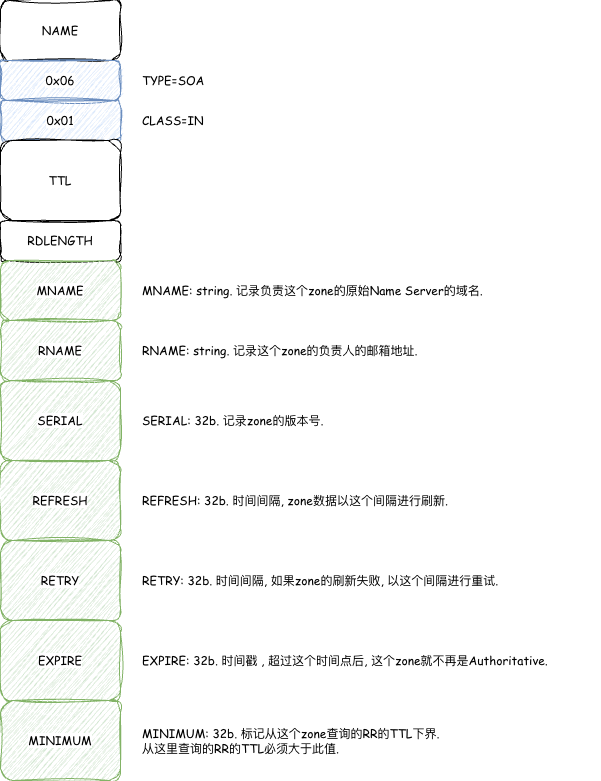
Earlier version of the draw.io export source/_posts/DNSScheme/soa.png (theo1893/theo1893.github.io). Source tidied: cells renumbered, new cells last; positions are measured from the earlier drawing's top-left corner, leaving out a move shared by most shapes.
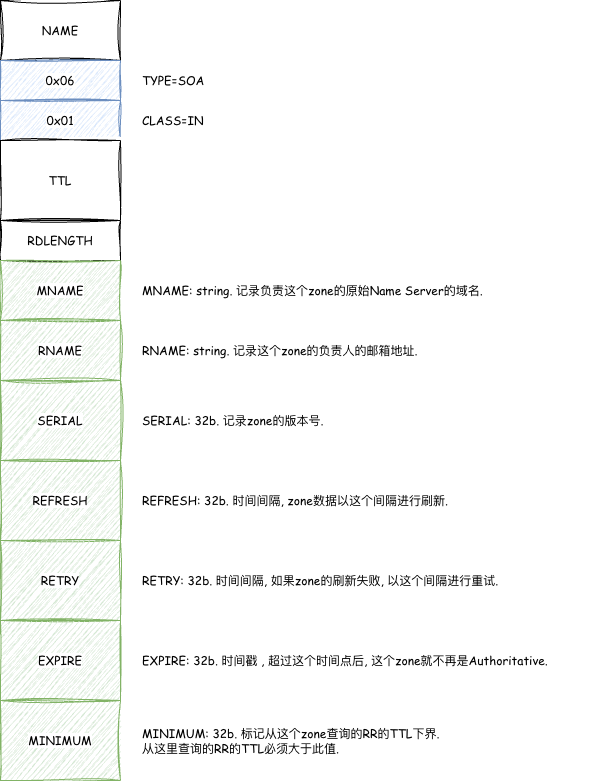
The same diagram one commit later.

Diff of the diagram source:
```diff
@@ -2,22 +2,22 @@
   <root>
     <mxCell id="0" />
     <mxCell id="1" parent="0" />
-    <mxCell id="2" value="NAME" style="rounded=1;whiteSpace=wrap;html=1;sketch=1;jiggle=2;curveFitting=1;strokeColor=default;align=center;verticalAlign=middle;fontFamily=Comic Sans MS;fontSize=12;fontColor=default;labelBackgroundColor=default;fillColor=default;" parent="1" vertex="1">
+    <mxCell id="2" value="NAME" style="rounded=0;whiteSpace=wrap;html=1;sketch=1;jiggle=2;curveFitting=1;strokeColor=default;align=center;verticalAlign=middle;fontFamily=Comic Sans MS;fontSize=12;fontColor=default;labelBackgroundColor=default;fillColor=default;" parent="1" vertex="1">
       <mxGeometry width="120" height="60" as="geometry" />
     </mxCell>
-    <mxCell id="3" value="0x06" style="rounded=1;whiteSpace=wrap;html=1;sketch=1;jiggle=2;curveFitting=1;strokeColor=#6c8ebf;align=center;verticalAlign=middle;fontFamily=Comic Sans MS;fontSize=12;labelBackgroundColor=default;fillColor=#dae8fc;" parent="1" vertex="1">
+    <mxCell id="3" value="0x06" style="rounded=0;whiteSpace=wrap;html=1;sketch=1;jiggle=2;curveFitting=1;strokeColor=#6c8ebf;align=center;verticalAlign=middle;fontFamily=Comic Sans MS;fontSize=12;labelBackgroundColor=default;fillColor=#dae8fc;" parent="1" vertex="1">
       <mxGeometry y="60" width="120" height="40" as="geometry" />
     </mxCell>
-    <mxCell id="4" value="0x01" style="rounded=1;whiteSpace=wrap;html=1;sketch=1;jiggle=2;curveFitting=1;strokeColor=#6c8ebf;align=center;verticalAlign=middle;fontFamily=Comic Sans MS;fontSize=12;labelBackgroundColor=default;fillColor=#dae8fc;" parent="1" vertex="1">
+    <mxCell id="4" value="0x01" style="rounded=0;whiteSpace=wrap;html=1;sketch=1;jiggle=2;curveFitting=1;strokeColor=#6c8ebf;align=center;verticalAlign=middle;fontFamily=Comic Sans MS;fontSize=12;labelBackgroundColor=default;fillColor=#dae8fc;" parent="1" vertex="1">
       <mxGeometry y="100" width="120" height="40" as="geometry" />
     </mxCell>
-    <mxCell id="5" value="TTL" style="rounded=1;whiteSpace=wrap;html=1;sketch=1;jiggle=2;curveFitting=1;strokeColor=default;align=center;verticalAlign=middle;fontFamily=Comic Sans MS;fontSize=12;fontColor=default;labelBackgroundColor=default;fillColor=default;" parent="1" vertex="1">
+    <mxCell id="5" value="TTL" style="rounded=0;whiteSpace=wrap;html=1;sketch=1;jiggle=2;curveFitting=1;strokeColor=default;align=center;verticalAlign=middle;fontFamily=Comic Sans MS;fontSize=12;fontColor=default;labelBackgroundColor=default;fillColor=default;" parent="1" vertex="1">
       <mxGeometry y="140" width="120" height="80" as="geometry" />
     </mxCell>
-    <mxCell id="6" value="RDLENGTH" style="rounded=1;whiteSpace=wrap;html=1;sketch=1;jiggle=2;curveFitting=1;strokeColor=default;align=center;verticalAlign=middle;fontFamily=Comic Sans MS;fontSize=12;fontColor=default;labelBackgroundColor=default;fillColor=default;" parent="1" vertex="1">
+    <mxCell id="6" value="RDLENGTH" style="rounded=0;whiteSpace=wrap;html=1;sketch=1;jiggle=2;curveFitting=1;strokeColor=default;align=center;verticalAlign=middle;fontFamily=Comic Sans MS;fontSize=12;fontColor=default;labelBackgroundColor=default;fillColor=default;" parent="1" vertex="1">
       <mxGeometry y="220" width="120" height="40" as="geometry" />
     </mxCell>
-    <mxCell id="7" value="MNAME" style="rounded=1;whiteSpace=wrap;html=1;sketch=1;jiggle=2;curveFitting=1;strokeColor=#82b366;align=center;verticalAlign=middle;fontFamily=Comic Sans MS;fontSize=12;labelBackgroundColor=default;fillColor=#d5e8d4;" parent="1" vertex="1">
+    <mxCell id="7" value="MNAME" style="rounded=0;whiteSpace=wrap;html=1;sketch=1;jiggle=2;curveFitting=1;strokeColor=#82b366;align=center;verticalAlign=middle;fontFamily=Comic Sans MS;fontSize=12;labelBackgroundColor=default;fillColor=#d5e8d4;" parent="1" vertex="1">
       <mxGeometry y="260" width="120" height="60" as="geometry" />
     </mxCell>
     <mxCell id="8" value="MNAME: string. 记录负责这个zone的原始Name Server的域名." style="text;html=1;whiteSpace=wrap;strokeColor=none;fillColor=none;align=left;verticalAlign=middle;rounded=0;fontFamily=Comic Sans MS;fontSize=12;fontColor=default;labelBackgroundColor=default;" parent="1" vertex="1">
@@ -29,19 +29,19 @@
     <mxCell id="10" value="TYPE=SOA" style="text;html=1;whiteSpace=wrap;strokeColor=none;fillColor=none;align=left;verticalAlign=middle;rounded=0;fontFamily=Comic Sans MS;fontSize=12;fontColor=default;labelBackgroundColor=default;" parent="1" vertex="1">
       <mxGeometry x="140" y="65" width="230" height="30" as="geometry" />
     </mxCell>
-    <mxCell id="11" value="RNAME" style="rounded=1;whiteSpace=wrap;html=1;sketch=1;jiggle=2;curveFitting=1;strokeColor=#82b366;align=center;verticalAlign=middle;fontFamily=Comic Sans MS;fontSize=12;labelBackgroundColor=default;fillColor=#d5e8d4;" parent="1" vertex="1">
+    <mxCell id="11" value="RNAME" style="rounded=0;whiteSpace=wrap;html=1;sketch=1;jiggle=2;curveFitting=1;strokeColor=#82b366;align=center;verticalAlign=middle;fontFamily=Comic Sans MS;fontSize=12;labelBackgroundColor=default;fillColor=#d5e8d4;" parent="1" vertex="1">
       <mxGeometry y="320" width="120" height="60" as="geometry" />
     </mxCell>
-    <mxCell id="12" value="SERIAL" style="rounded=1;whiteSpace=wrap;html=1;sketch=1;jiggle=2;curveFitting=1;strokeColor=#82b366;align=center;verticalAlign=middle;fontFamily=Comic Sans MS;fontSize=12;labelBackgroundColor=default;fillColor=#d5e8d4;" parent="1" vertex="1">
+    <mxCell id="12" value="SERIAL" style="rounded=0;whiteSpace=wrap;html=1;sketch=1;jiggle=2;curveFitting=1;strokeColor=#82b366;align=center;verticalAlign=middle;fontFamily=Comic Sans MS;fontSize=12;labelBackgroundColor=default;fillColor=#d5e8d4;" parent="1" vertex="1">
       <mxGeometry y="380" width="120" height="80" as="geometry" />
     </mxCell>
-    <mxCell id="13" value="RETRY" style="rounded=1;whiteSpace=wrap;html=1;sketch=1;jiggle=2;curveFitting=1;strokeColor=#82b366;align=center;verticalAlign=middle;fontFamily=Comic Sans MS;fontSize=12;labelBackgroundColor=default;fillColor=#d5e8d4;" parent="1" vertex="1">
+    <mxCell id="13" value="RETRY" style="rounded=0;whiteSpace=wrap;html=1;sketch=1;jiggle=2;curveFitting=1;strokeColor=#82b366;align=center;verticalAlign=middle;fontFamily=Comic Sans MS;fontSize=12;labelBackgroundColor=default;fillColor=#d5e8d4;" parent="1" vertex="1">
       <mxGeometry y="540" width="120" height="80" as="geometry" />
     </mxCell>
-    <mxCell id="14" value="EXPIRE" style="rounded=1;whiteSpace=wrap;html=1;sketch=1;jiggle=2;curveFitting=1;strokeColor=#82b366;align=center;verticalAlign=middle;fontFamily=Comic Sans MS;fontSize=12;labelBackgroundColor=default;fillColor=#d5e8d4;" parent="1" vertex="1">
+    <mxCell id="14" value="EXPIRE" style="rounded=0;whiteSpace=wrap;html=1;sketch=1;jiggle=2;curveFitting=1;strokeColor=#82b366;align=center;verticalAlign=middle;fontFamily=Comic Sans MS;fontSize=12;labelBackgroundColor=default;fillColor=#d5e8d4;" parent="1" vertex="1">
       <mxGeometry y="620" width="120" height="80" as="geometry" />
     </mxCell>
-    <mxCell id="15" value="MINIMUM" style="rounded=1;whiteSpace=wrap;html=1;sketch=1;jiggle=2;curveFitting=1;strokeColor=#82b366;align=center;verticalAlign=middle;fontFamily=Comic Sans MS;fontSize=12;labelBackgroundColor=default;fillColor=#d5e8d4;" parent="1" vertex="1">
+    <mxCell id="15" value="MINIMUM" style="rounded=0;whiteSpace=wrap;html=1;sketch=1;jiggle=2;curveFitting=1;strokeColor=#82b366;align=center;verticalAlign=middle;fontFamily=Comic Sans MS;fontSize=12;labelBackgroundColor=default;fillColor=#d5e8d4;" parent="1" vertex="1">
       <mxGeometry y="700" width="120" height="80" as="geometry" />
     </mxCell>
     <mxCell id="16" value="RNAME: string. 记录这个zone的负责人的邮箱地址." style="text;html=1;whiteSpace=wrap;strokeColor=none;fillColor=none;align=left;verticalAlign=middle;rounded=0;fontFamily=Comic Sans MS;fontSize=12;fontColor=default;labelBackgroundColor=default;" parent="1" vertex="1">
@@ -53,7 +53,7 @@
     <mxCell id="18" value="REFRESH: 32b. 时间间隔, zone数据以这个间隔进行刷新." style="text;html=1;whiteSpace=wrap;strokeColor=none;fillColor=none;align=left;verticalAlign=middle;rounded=0;fontFamily=Comic Sans MS;fontSize=12;fontColor=default;labelBackgroundColor=default;" parent="1" vertex="1">
       <mxGeometry x="140" y="485" width="460" height="30" as="geometry" />
     </mxCell>
-    <mxCell id="19" value="REFRESH" style="rounded=1;whiteSpace=wrap;html=1;sketch=1;jiggle=2;curveFitting=1;strokeColor=#82b366;align=center;verticalAlign=middle;fontFamily=Comic Sans MS;fontSize=12;labelBackgroundColor=default;fillColor=#d5e8d4;" parent="1" vertex="1">
+    <mxCell id="19" value="REFRESH" style="rounded=0;whiteSpace=wrap;html=1;sketch=1;jiggle=2;curveFitting=1;strokeColor=#82b366;align=center;verticalAlign=middle;fontFamily=Comic Sans MS;fontSize=12;labelBackgroundColor=default;fillColor=#d5e8d4;" parent="1" vertex="1">
       <mxGeometry y="460" width="120" height="80" as="geometry" />
     </mxCell>
     <mxCell id="20" value="RETRY: 32b. 时间间隔, 如果zone的刷新失败, 以这个间隔进行重试." style="text;html=1;whiteSpace=wrap;strokeColor=none;fillColor=none;align=left;verticalAlign=middle;rounded=0;fontFamily=Comic Sans MS;fontSize=12;fontColor=default;labelBackgroundColor=default;" parent="1" vertex="1">
```
